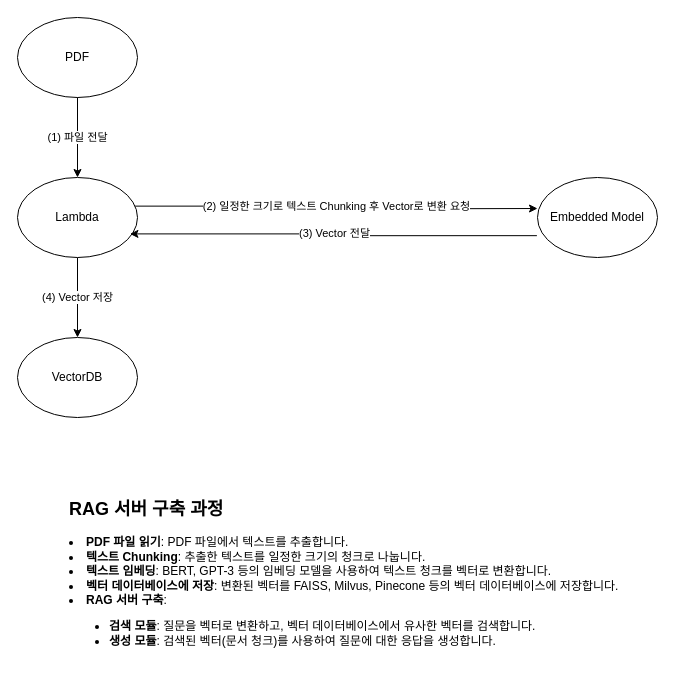
Earlier version of the draw.io diagram ai.rag.drawio (minukkim101/ai-sample). Source tidied: cells renumbered, new cells numbered last; positions are measured from the earlier drawing's top-left corner, leaving out a move shared by most shapes. Both pictures are drawn from the tidied source at 100%, with x=0, y=0 at pixel (17, 17).
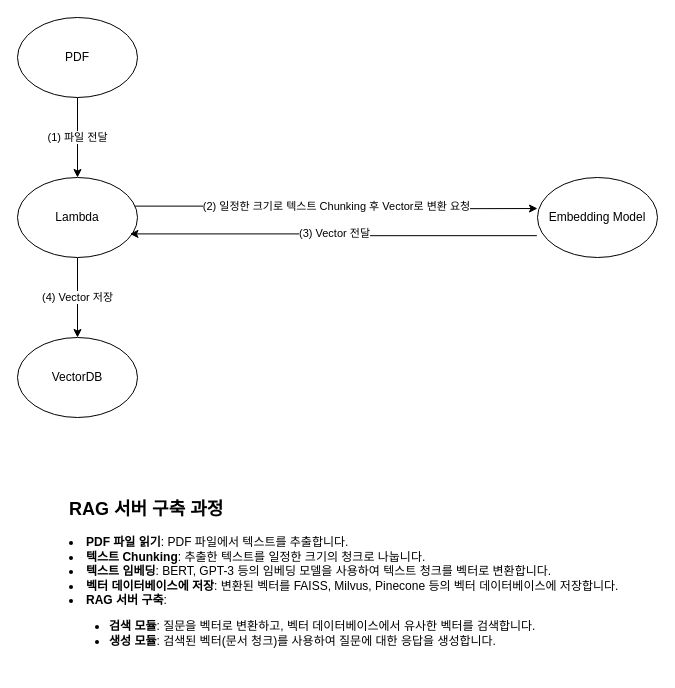
Above is the later version.

Diff of the diagram source:
```diff
@@
 <mxGraphModel>
   <root>
     <mxCell id="0" />
     <mxCell id="1" parent="0" />
     <mxCell id="2" value="VectorDB" style="ellipse;whiteSpace=wrap;html=1;" parent="1" vertex="1">
       <mxGeometry y="320" width="120" height="80" as="geometry" />
     </mxCell>
-    <mxCell id="3" value="Embedded Model" style="ellipse;whiteSpace=wrap;html=1;" parent="1" vertex="1">
+    <mxCell id="3" value="Embedding Model" style="ellipse;whiteSpace=wrap;html=1;" parent="1" vertex="1">
       <mxGeometry x="520" y="160" width="120" height="80" as="geometry" />
     </mxCell>
     <mxCell id="4" value="PDF" style="ellipse;whiteSpace=wrap;html=1;" parent="1" vertex="1">
       <mxGeometry width="120" height="80" as="geometry" />
     </mxCell>
     <mxCell id="5" value="(1) 파일 전달" style="edgeStyle=orthogonalEdgeStyle;rounded=0;jettySize=auto;html=1;startArrow=classic;startFill=1;endArrow=none;endFill=0;" parent="1" edge="1" source="8" target="4">
       <mxGeometry relative="1" as="geometry" />
     </mxCell>
     <mxCell id="6" value="(2) 일정한 크기로 텍스트 Chunking 후 Vector로 변환 요청" style="edgeStyle=orthogonalEdgeStyle;rounded=0;jettySize=auto;html=1;exitX=0.958;exitY=0.358;exitDx=0;exitDy=0;exitPerimeter=0;" parent="1" edge="1" source="8">
       <mxGeometry relative="1" as="geometry">
         <mxPoint x="520" y="191" as="targetPoint" />
       </mxGeometry>
     </mxCell>
     <mxCell id="7" value="(4) Vector 저장" style="edgeStyle=orthogonalEdgeStyle;rounded=0;jettySize=auto;html=1;entryX=0.5;entryY=0;entryDx=0;entryDy=0;exitX=0.5;exitY=1;exitDx=0;exitDy=0;" parent="1" edge="1" source="8" target="2">
       <mxGeometry relative="1" as="geometry" />
     </mxCell>
     <mxCell id="8" value="Lambda" style="ellipse;whiteSpace=wrap;html=1;" parent="1" vertex="1">
       <mxGeometry y="160" width="120" height="80" as="geometry" />
     </mxCell>
     <mxCell id="9" value="(3) Vector 전달" style="edgeStyle=orthogonalEdgeStyle;rounded=0;jettySize=auto;html=1;entryX=0.937;entryY=0.705;entryDx=0;entryDy=0;entryPerimeter=0;exitX=-0.005;exitY=0.727;exitDx=0;exitDy=0;exitPerimeter=0;" parent="1" edge="1" source="3" target="8">
       <mxGeometry relative="1" as="geometry" />
     </mxCell>
     <mxCell id="10" value="&lt;h2&gt;RAG 서버 구축 과정&lt;/h2&gt;&lt;div&gt;&lt;li&gt;&lt;strong&gt;PDF 파일 읽기&lt;/strong&gt;: PDF 파일에서 텍스트를 추출합니다.&lt;/li&gt;&lt;li&gt;&lt;strong&gt;텍스트 Chunking&lt;/strong&gt;: 추출한 텍스트를 일정한 크기의 청크로 나눕니다.&lt;/li&gt;&lt;li&gt;&lt;strong&gt;텍스트 임베딩&lt;/strong&gt;: BERT, GPT-3 등의 임베딩 모델을 사용하여 텍스트 청크를 벡터로 변환합니다.&lt;/li&gt;&lt;li&gt;&lt;strong&gt;벡터 데이터베이스에 저장&lt;/strong&gt;: 변환된 벡터를 FAISS, Milvus, Pinecone 등의 벡터 데이터베이스에 저장합니다.&lt;/li&gt;&lt;li&gt;&lt;strong&gt;RAG 서버 구축&lt;/strong&gt;:&lt;ul&gt;&lt;li&gt;&lt;strong&gt;검색 모듈&lt;/strong&gt;: 질문을 벡터로 변환하고, 벡터 데이터베이스에서 유사한 벡터를 검색합니다.&lt;/li&gt;&lt;li&gt;&lt;strong&gt;생성 모듈&lt;/strong&gt;: 검색된 벡터(문서 청크)를 사용하여 질문에 대한 응답을 생성합니다.&lt;/li&gt;&lt;/ul&gt;&lt;/li&gt;&lt;/div&gt;" style="text;html=1;whiteSpace=wrap;overflow=hidden;rounded=0;" parent="1" vertex="1">
       <mxGeometry x="50" y="460" width="570" height="190" as="geometry" />
     </mxCell>
   </root>
 </mxGraphModel>
```
